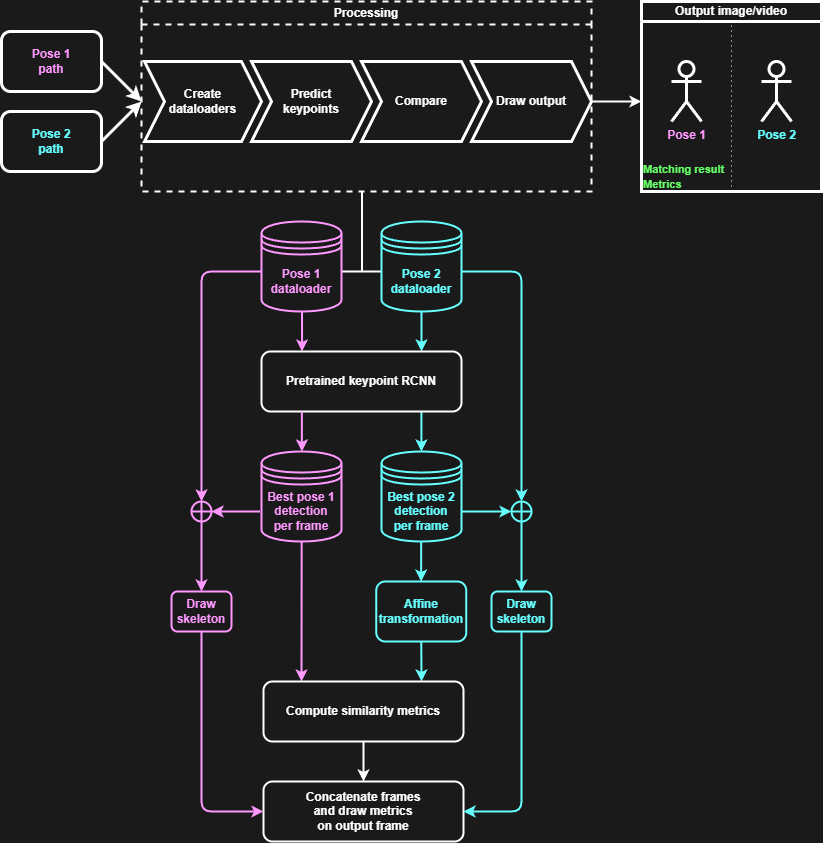
Before: examples/images/arch.png, a diagram exported from draw.io (ScReameer/Poses-similarity). Source tidied: cells renumbered, new cells last; positions are measured from the earlier drawing's top-left corner, leaving out a move shared by most shapes.
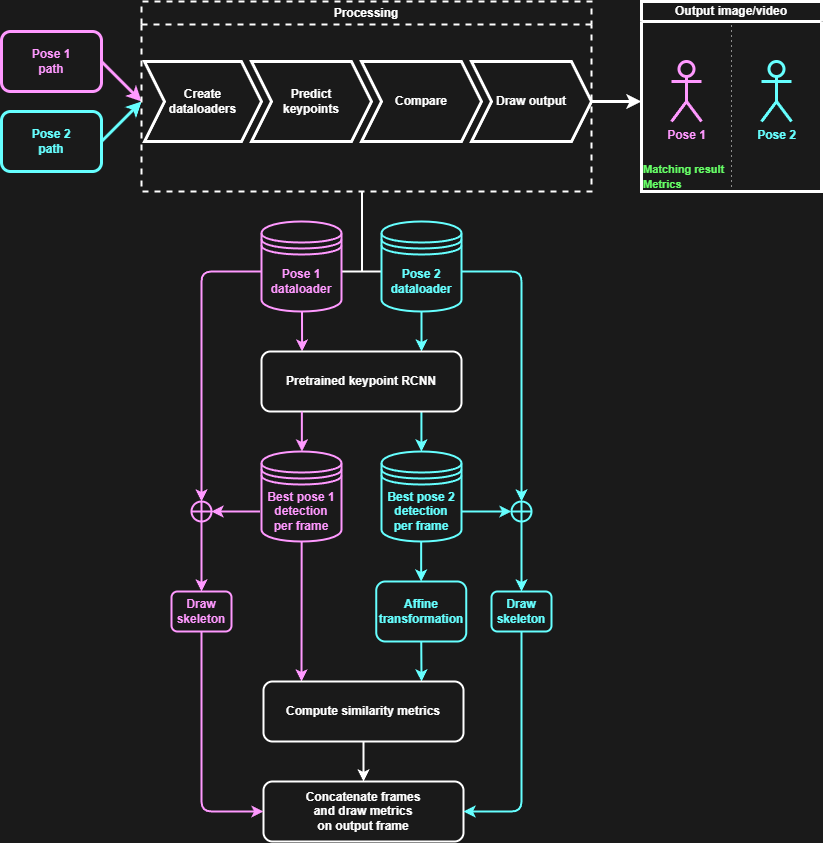
After the commit.

Change to the diagram source:
```diff
@@ -2,20 +2,20 @@
   <root>
     <mxCell id="0" />
     <mxCell id="1" parent="0" />
-    <mxCell id="2" style="edgeStyle=none;html=1;exitX=1;exitY=0.5;exitDx=0;exitDy=0;strokeWidth=3;rounded=0;strokeColor=#FFFFFF;" parent="1" edge="1" source="3">
+    <mxCell id="2" style="edgeStyle=none;html=1;exitX=1;exitY=0.5;exitDx=0;exitDy=0;strokeWidth=3;rounded=0;strokeColor=#FF99FF;" parent="1" edge="1" source="3">
       <mxGeometry relative="1" as="geometry">
         <mxPoint x="140" y="100" as="targetPoint" />
       </mxGeometry>
     </mxCell>
-    <mxCell id="3" value="&lt;b style=&quot;&quot;&gt;&lt;font color=&quot;#ff99ff&quot;&gt;Pose 1&lt;br&gt;path&lt;/font&gt;&lt;/b&gt;" style="rounded=1;whiteSpace=wrap;html=1;strokeWidth=3;fillColor=none;strokeColor=#FFFFFF;glass=0;" parent="1" vertex="1">
+    <mxCell id="3" value="&lt;b style=&quot;&quot;&gt;&lt;font color=&quot;#ff99ff&quot;&gt;Pose 1&lt;br&gt;path&lt;/font&gt;&lt;/b&gt;" style="rounded=1;whiteSpace=wrap;html=1;strokeWidth=3;fillColor=none;strokeColor=#FF99FF;glass=0;" parent="1" vertex="1">
       <mxGeometry y="30" width="100" height="60" as="geometry" />
     </mxCell>
-    <mxCell id="4" style="edgeStyle=none;html=1;exitX=1;exitY=0.5;exitDx=0;exitDy=0;strokeWidth=3;rounded=0;strokeColor=#FFFFFF;" parent="1" edge="1" source="5">
+    <mxCell id="4" style="edgeStyle=none;html=1;exitX=1;exitY=0.5;exitDx=0;exitDy=0;strokeWidth=3;rounded=0;strokeColor=#66FFFF;" parent="1" edge="1" source="5">
       <mxGeometry relative="1" as="geometry">
         <mxPoint x="140" y="100" as="targetPoint" />
       </mxGeometry>
     </mxCell>
-    <mxCell id="5" value="&lt;b style=&quot;&quot;&gt;&lt;font color=&quot;#66ffff&quot;&gt;Pose 2&lt;br&gt;path&lt;/font&gt;&lt;/b&gt;" style="rounded=1;whiteSpace=wrap;html=1;strokeWidth=3;fillColor=none;strokeColor=#FFFFFF;" parent="1" vertex="1">
+    <mxCell id="5" value="&lt;b style=&quot;&quot;&gt;&lt;font color=&quot;#66ffff&quot;&gt;Pose 2&lt;br&gt;path&lt;/font&gt;&lt;/b&gt;" style="rounded=1;whiteSpace=wrap;html=1;strokeWidth=3;fillColor=none;strokeColor=#66FFFF;" parent="1" vertex="1">
       <mxGeometry y="110" width="100" height="60" as="geometry" />
     </mxCell>
     <mxCell id="6" value="&lt;font color=&quot;#ffffff&quot;&gt;Processing&lt;/font&gt;" style="swimlane;whiteSpace=wrap;html=1;strokeColor=#FFFFFF;strokeWidth=2;fillColor=none;rounded=0;dashed=1;" parent="1" vertex="1">
@@ -36,10 +36,10 @@
     <mxCell id="11" value="&lt;font color=&quot;#ffffff&quot;&gt;Output image/video&lt;/font&gt;" style="swimlane;whiteSpace=wrap;html=1;startSize=20;strokeWidth=3;fillColor=none;rounded=0;strokeColor=#FFFFFF;" parent="1" vertex="1">
       <mxGeometry x="640" width="180" height="190" as="geometry" />
     </mxCell>
-    <mxCell id="12" value="&lt;b&gt;&lt;font color=&quot;#ff99ff&quot;&gt;Pose 1&lt;/font&gt;&lt;/b&gt;" style="shape=umlActor;verticalLabelPosition=bottom;verticalAlign=top;html=1;fontColor=#66FFFF;strokeWidth=3;fillColor=none;rounded=0;strokeColor=#FFFFFF;" parent="11" vertex="1">
+    <mxCell id="12" value="&lt;b&gt;&lt;font color=&quot;#ff99ff&quot;&gt;Pose 1&lt;/font&gt;&lt;/b&gt;" style="shape=umlActor;verticalLabelPosition=bottom;verticalAlign=top;html=1;fontColor=#66FFFF;strokeWidth=3;fillColor=none;rounded=0;strokeColor=#FF99FF;" parent="11" vertex="1">
       <mxGeometry x="30" y="60" width="30" height="60" as="geometry" />
     </mxCell>
-    <mxCell id="13" value="&lt;b&gt;&lt;font color=&quot;#66ffff&quot;&gt;Pose 2&lt;/font&gt;&lt;/b&gt;" style="shape=umlActor;verticalLabelPosition=bottom;verticalAlign=top;html=1;fontColor=#FF99FF;strokeWidth=3;fillColor=none;rounded=0;strokeColor=#FFFFFF;" parent="11" vertex="1">
+    <mxCell id="13" value="&lt;b&gt;&lt;font color=&quot;#66ffff&quot;&gt;Pose 2&lt;/font&gt;&lt;/b&gt;" style="shape=umlActor;verticalLabelPosition=bottom;verticalAlign=top;html=1;fontColor=#FF99FF;strokeWidth=3;fillColor=none;rounded=0;strokeColor=#66FFFF;" parent="11" vertex="1">
       <mxGeometry x="120" y="60" width="30" height="60" as="geometry" />
     </mxCell>
     <mxCell id="14" value="&lt;b style=&quot;font-size: 11px;&quot;&gt;Matching result&lt;br&gt;Metrics&lt;/b&gt;" style="text;html=1;strokeColor=none;fillColor=none;align=left;verticalAlign=middle;whiteSpace=wrap;rounded=0;fontColor=#66FF66;" parent="11" vertex="1">
@@ -186,7 +186,7 @@
     <mxCell id="45" value="&lt;b&gt;Best pose 2&lt;br&gt;detection&lt;br&gt;per frame&lt;/b&gt;" style="shape=datastore;whiteSpace=wrap;html=1;strokeColor=#66FFFF;strokeWidth=2;fontColor=#66FFFF;fillColor=none;" parent="1" vertex="1">
       <mxGeometry x="380" y="450" width="80" height="90" as="geometry" />
     </mxCell>
-    <mxCell id="46" style="edgeStyle=none;html=1;exitX=1;exitY=0.5;exitDx=0;exitDy=0;strokeColor=#FFFFFF;strokeWidth=2;fontColor=#66FFFF;endArrow=classic;endFill=1;" parent="1" edge="1" source="10">
+    <mxCell id="46" style="edgeStyle=none;html=1;exitX=1;exitY=0.5;exitDx=0;exitDy=0;strokeColor=#FFFFFF;strokeWidth=3;fontColor=#66FFFF;endArrow=classic;endFill=1;" parent="1" edge="1" source="10">
       <mxGeometry relative="1" as="geometry">
         <mxPoint x="640" y="100" as="targetPoint" />
       </mxGeometry>
```
